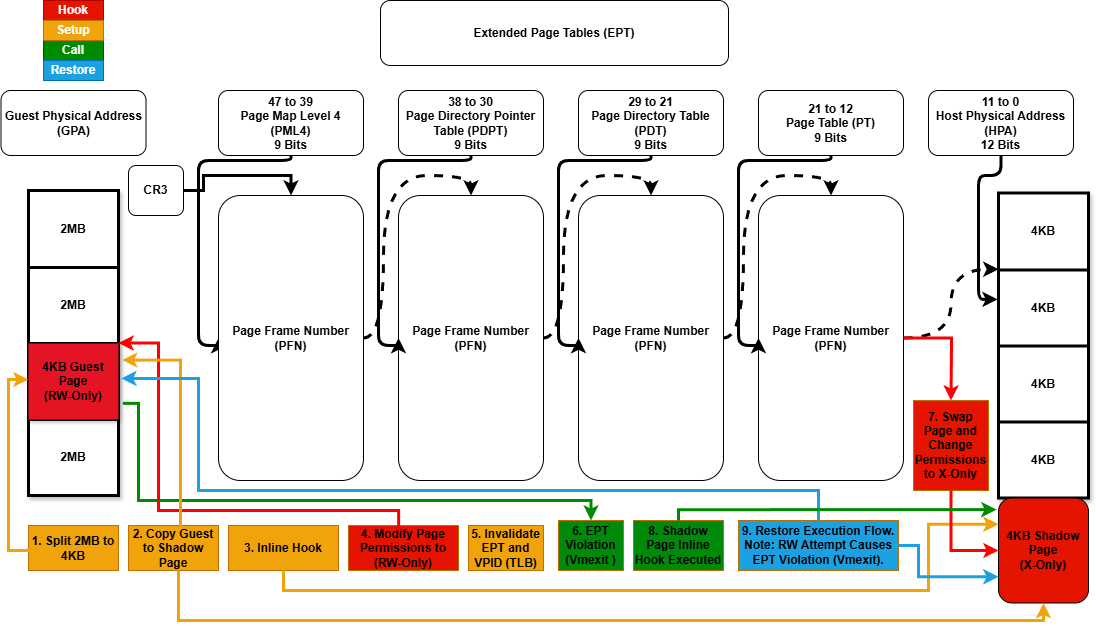
Before: images/illusion.drawio.png, a diagram exported from draw.io (memN0ps/illusion-rs). Source tidied: cells renumbered, new cells last; positions are measured from the earlier drawing's top-left corner, leaving out a move shared by most shapes.
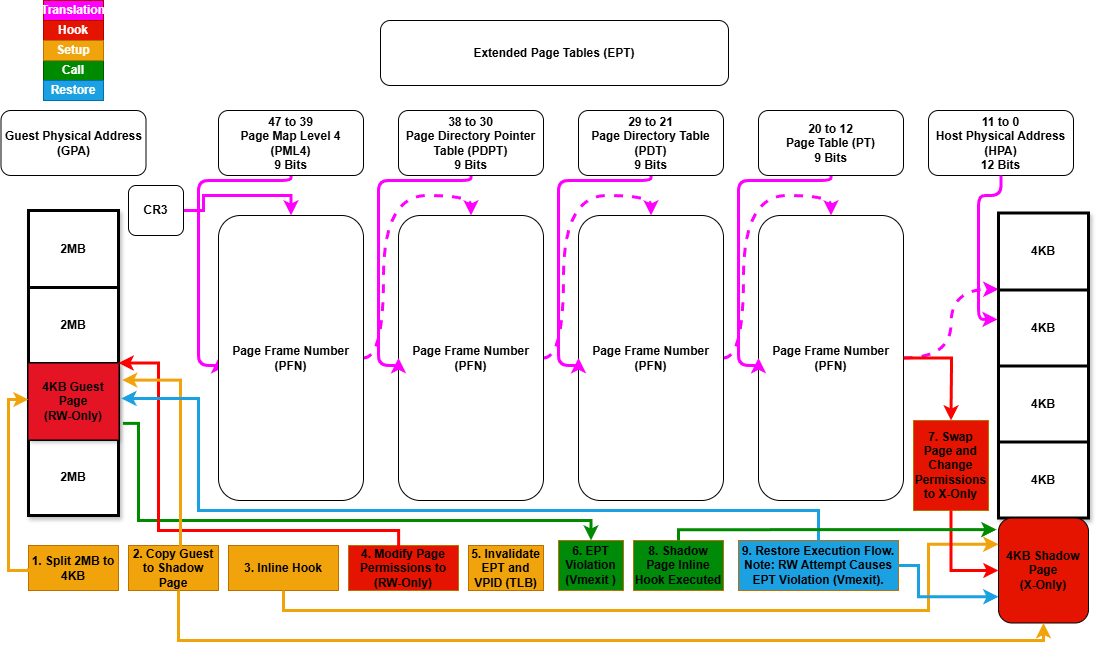
After the commit.

Commit message:
Updated diagram arrows for visibility

What changed in the source:
```diff
@@ -20,13 +20,13 @@
     <mxCell id="6" value="&lt;font color=&quot;#ffffff&quot;&gt;&lt;b&gt;Setup&lt;/b&gt;&lt;/font&gt;" style="rounded=0;whiteSpace=wrap;html=1;fillColor=#f0a30a;fontColor=#000000;strokeColor=#BD7000;" parent="1" vertex="1">
       <mxGeometry x="43" y="20" width="60" height="20" as="geometry" />
     </mxCell>
-    <mxCell id="7" style="edgeStyle=orthogonalEdgeStyle;rounded=0;jettySize=auto;html=1;exitX=1;exitY=0.5;exitDx=0;exitDy=0;entryX=0.5;entryY=0;entryDx=0;entryDy=0;strokeWidth=3;dashed=1;curved=1;" parent="1" edge="1" source="8" target="14">
+    <mxCell id="7" style="edgeStyle=orthogonalEdgeStyle;rounded=0;jettySize=auto;html=1;exitX=1;exitY=0.5;exitDx=0;exitDy=0;entryX=0.5;entryY=0;entryDx=0;entryDy=0;strokeWidth=3;dashed=1;curved=1;strokeColor=#FF00FF;" parent="1" edge="1" source="8" target="14">
       <mxGeometry relative="1" as="geometry" />
     </mxCell>
     <mxCell id="8" value="&lt;b&gt;Page Frame Number (PFN)&lt;/b&gt;" style="rounded=1;whiteSpace=wrap;html=1;fontSize=12;glass=0;strokeWidth=1;shadow=0;" parent="1" vertex="1">
       <mxGeometry x="578" y="195" width="145" height="285" as="geometry" />
     </mxCell>
-    <mxCell id="9" style="edgeStyle=orthogonalEdgeStyle;rounded=1;jettySize=auto;html=1;exitX=0.5;exitY=1;exitDx=0;exitDy=0;entryX=0;entryY=0.5;entryDx=0;entryDy=0;curved=0;strokeWidth=3;" parent="1" edge="1" source="10" target="16">
+    <mxCell id="9" style="edgeStyle=orthogonalEdgeStyle;rounded=1;jettySize=auto;html=1;exitX=0.5;exitY=1;exitDx=0;exitDy=0;entryX=0;entryY=0.5;entryDx=0;entryDy=0;curved=0;strokeWidth=3;strokeColor=#FF00FF;" parent="1" edge="1" source="10" target="16">
       <mxGeometry relative="1" as="geometry">
         <Array as="points">
           <mxPoint x="291" y="160" />
@@ -38,25 +38,25 @@
     <mxCell id="10" value="&lt;div&gt;&lt;b&gt;47 to 39&lt;/b&gt;&lt;/div&gt;&lt;b&gt;Page Map Level 4 (PML4)&lt;/b&gt;&lt;div&gt;&lt;b style=&quot;text-align: left;&quot;&gt;9 Bits&lt;/b&gt;&lt;b&gt;&lt;br&gt;&lt;/b&gt;&lt;/div&gt;" style="rounded=1;whiteSpace=wrap;html=1;fontSize=12;glass=0;strokeWidth=1;shadow=0;" parent="1" vertex="1">
       <mxGeometry x="218" y="90" width="145" height="65" as="geometry" />
     </mxCell>
-    <mxCell id="11" style="edgeStyle=orthogonalEdgeStyle;rounded=0;jettySize=auto;html=1;exitX=1;exitY=0.5;exitDx=0;exitDy=0;entryX=0.5;entryY=0;entryDx=0;entryDy=0;strokeWidth=3;curved=1;dashed=1;" parent="1" edge="1" source="12" target="8">
+    <mxCell id="11" style="edgeStyle=orthogonalEdgeStyle;rounded=0;jettySize=auto;html=1;exitX=1;exitY=0.5;exitDx=0;exitDy=0;entryX=0.5;entryY=0;entryDx=0;entryDy=0;strokeWidth=3;curved=1;dashed=1;strokeColor=#FF00FF;" parent="1" edge="1" source="12" target="8">
       <mxGeometry relative="1" as="geometry" />
     </mxCell>
     <mxCell id="12" value="&lt;b&gt;Page Frame Number (PFN)&lt;/b&gt;" style="rounded=1;whiteSpace=wrap;html=1;fontSize=12;glass=0;strokeWidth=1;shadow=0;" parent="1" vertex="1">
       <mxGeometry x="398" y="195" width="145" height="285" as="geometry" />
     </mxCell>
-    <mxCell id="13" style="edgeStyle=orthogonalEdgeStyle;rounded=0;jettySize=auto;html=1;exitX=1;exitY=0.5;exitDx=0;exitDy=0;entryX=0;entryY=0.25;entryDx=0;entryDy=0;dashed=1;strokeWidth=3;curved=1;" parent="1" edge="1" source="14" target="26">
+    <mxCell id="13" style="edgeStyle=orthogonalEdgeStyle;rounded=0;jettySize=auto;html=1;exitX=1;exitY=0.5;exitDx=0;exitDy=0;entryX=0;entryY=0.25;entryDx=0;entryDy=0;dashed=1;strokeWidth=3;curved=1;strokeColor=#FF00FF;" parent="1" edge="1" source="14" target="26">
       <mxGeometry relative="1" as="geometry" />
     </mxCell>
     <mxCell id="14" value="&lt;b&gt;Page Frame Number (PFN)&lt;/b&gt;" style="rounded=1;whiteSpace=wrap;html=1;fontSize=12;glass=0;strokeWidth=1;shadow=0;" parent="1" vertex="1">
       <mxGeometry x="758" y="195" width="145" height="285" as="geometry" />
     </mxCell>
-    <mxCell id="15" style="edgeStyle=orthogonalEdgeStyle;rounded=0;jettySize=auto;html=1;exitX=1;exitY=0.5;exitDx=0;exitDy=0;entryX=0.5;entryY=0;entryDx=0;entryDy=0;curved=1;dashed=1;strokeWidth=3;" parent="1" edge="1" source="16" target="12">
+    <mxCell id="15" style="edgeStyle=orthogonalEdgeStyle;rounded=0;jettySize=auto;html=1;exitX=1;exitY=0.5;exitDx=0;exitDy=0;entryX=0.5;entryY=0;entryDx=0;entryDy=0;curved=1;dashed=1;strokeWidth=3;strokeColor=#FF00FF;" parent="1" edge="1" source="16" target="12">
       <mxGeometry relative="1" as="geometry" />
     </mxCell>
     <mxCell id="16" value="&lt;b&gt;Page Frame Number (PFN)&lt;/b&gt;" style="rounded=1;whiteSpace=wrap;html=1;fontSize=12;glass=0;strokeWidth=1;shadow=0;labelBackgroundColor=default;fontColor=#000000;" parent="1" vertex="1">
       <mxGeometry x="218" y="195" width="145" height="285" as="geometry" />
     </mxCell>
-    <mxCell id="17" style="edgeStyle=orthogonalEdgeStyle;rounded=1;jettySize=auto;html=1;exitX=0.5;exitY=1;exitDx=0;exitDy=0;entryX=0;entryY=0.5;entryDx=0;entryDy=0;curved=0;strokeWidth=3;" parent="1" edge="1" source="18" target="12">
+    <mxCell id="17" style="edgeStyle=orthogonalEdgeStyle;rounded=1;jettySize=auto;html=1;exitX=0.5;exitY=1;exitDx=0;exitDy=0;entryX=0;entryY=0.5;entryDx=0;entryDy=0;curved=0;strokeWidth=3;strokeColor=#FF00FF;" parent="1" edge="1" source="18" target="12">
       <mxGeometry relative="1" as="geometry">
         <Array as="points">
           <mxPoint x="471" y="160" />
@@ -68,7 +68,7 @@
     <mxCell id="18" value="&lt;div&gt;&lt;b&gt;38 to 30&lt;/b&gt;&lt;/div&gt;&lt;b&gt;Page Directory Pointer Table (PDPT)&lt;/b&gt;&lt;div&gt;&lt;b style=&quot;text-align: left;&quot;&gt;9 Bits&lt;/b&gt;&lt;b&gt;&lt;br&gt;&lt;/b&gt;&lt;/div&gt;" style="rounded=1;whiteSpace=wrap;html=1;fontSize=12;glass=0;strokeWidth=1;shadow=0;" parent="1" vertex="1">
       <mxGeometry x="398" y="90" width="145" height="65" as="geometry" />
     </mxCell>
-    <mxCell id="19" style="edgeStyle=orthogonalEdgeStyle;rounded=1;jettySize=auto;html=1;exitX=0.5;exitY=1;exitDx=0;exitDy=0;entryX=0;entryY=0.5;entryDx=0;entryDy=0;curved=0;strokeWidth=3;" parent="1" edge="1" source="20" target="8">
+    <mxCell id="19" style="edgeStyle=orthogonalEdgeStyle;rounded=1;jettySize=auto;html=1;exitX=0.5;exitY=1;exitDx=0;exitDy=0;entryX=0;entryY=0.5;entryDx=0;entryDy=0;curved=0;strokeWidth=3;strokeColor=#FF00FF;" parent="1" edge="1" source="20" target="8">
       <mxGeometry relative="1" as="geometry">
         <Array as="points">
           <mxPoint x="651" y="160" />
@@ -80,7 +80,7 @@
     <mxCell id="20" value="&lt;div&gt;&lt;b&gt;29 to 21&lt;/b&gt;&lt;/div&gt;&lt;b&gt;Page Directory Table (PDT)&lt;/b&gt;&lt;div&gt;&lt;b style=&quot;text-align: left;&quot;&gt;9 Bits&lt;/b&gt;&lt;b&gt;&lt;br&gt;&lt;/b&gt;&lt;/div&gt;" style="rounded=1;whiteSpace=wrap;html=1;fontSize=12;glass=0;strokeWidth=1;shadow=0;" parent="1" vertex="1">
       <mxGeometry x="578" y="90" width="145" height="65" as="geometry" />
     </mxCell>
-    <mxCell id="21" style="edgeStyle=orthogonalEdgeStyle;rounded=1;jettySize=auto;html=1;exitX=0.5;exitY=1;exitDx=0;exitDy=0;entryX=0;entryY=0.5;entryDx=0;entryDy=0;curved=0;strokeWidth=3;" parent="1" edge="1" source="22" target="14">
+    <mxCell id="21" style="edgeStyle=orthogonalEdgeStyle;rounded=1;jettySize=auto;html=1;exitX=0.5;exitY=1;exitDx=0;exitDy=0;entryX=0;entryY=0.5;entryDx=0;entryDy=0;curved=0;strokeWidth=3;strokeColor=#FF00FF;" parent="1" edge="1" source="22" target="14">
       <mxGeometry relative="1" as="geometry">
         <Array as="points">
           <mxPoint x="831" y="160" />
@@ -89,13 +89,13 @@
         </Array>
       </mxGeometry>
     </mxCell>
-    <mxCell id="22" value="&lt;div&gt;&lt;b&gt;21 to 12&lt;/b&gt;&lt;/div&gt;&lt;b&gt;Page Table (PT)&lt;/b&gt;&lt;div&gt;&lt;b style=&quot;text-align: left; background-color: initial;&quot;&gt;9 Bits&lt;/b&gt;&lt;/div&gt;" style="rounded=1;whiteSpace=wrap;html=1;fontSize=12;glass=0;strokeWidth=1;shadow=0;" parent="1" vertex="1">
+    <mxCell id="22" value="&lt;div&gt;&lt;b&gt;20 to 12&lt;/b&gt;&lt;/div&gt;&lt;b&gt;Page Table (PT)&lt;/b&gt;&lt;div&gt;&lt;b style=&quot;text-align: left; background-color: initial;&quot;&gt;9 Bits&lt;/b&gt;&lt;/div&gt;" style="rounded=1;whiteSpace=wrap;html=1;fontSize=12;glass=0;strokeWidth=1;shadow=0;" parent="1" vertex="1">
       <mxGeometry x="758" y="90" width="145" height="65" as="geometry" />
     </mxCell>
     <mxCell id="23" value="&lt;div&gt;&lt;b&gt;11 to 0&lt;/b&gt;&lt;/div&gt;&lt;b&gt;Host Physical Address (HPA)&lt;/b&gt;&lt;div style=&quot;&quot;&gt;&lt;b&gt;12 Bits&lt;/b&gt;&lt;/div&gt;" style="rounded=1;whiteSpace=wrap;html=1;fontSize=12;glass=0;strokeWidth=1;shadow=0;" parent="1" vertex="1">
       <mxGeometry x="928" y="90" width="145" height="65" as="geometry" />
     </mxCell>
-    <mxCell id="24" style="edgeStyle=orthogonalEdgeStyle;rounded=0;jettySize=auto;html=1;entryX=0.5;entryY=0;entryDx=0;entryDy=0;curved=0;strokeWidth=3;" parent="1" edge="1" source="25" target="16">
+    <mxCell id="24" style="edgeStyle=orthogonalEdgeStyle;rounded=0;jettySize=auto;html=1;entryX=0.5;entryY=0;entryDx=0;entryDy=0;curved=0;strokeWidth=3;strokeColor=#FF00FF;" parent="1" edge="1" source="25" target="16">
       <mxGeometry relative="1" as="geometry" />
     </mxCell>
     <mxCell id="25" value="&lt;div&gt;&lt;b&gt;CR3&lt;/b&gt;&lt;/div&gt;" style="rounded=1;whiteSpace=wrap;html=1;fontSize=12;glass=0;strokeWidth=1;shadow=0;" parent="1" vertex="1">
@@ -155,7 +155,7 @@
     <mxCell id="43" value="&lt;b&gt;2MB&lt;/b&gt;" style="shape=partialRectangle;html=1;whiteSpace=wrap;strokeColor=inherit;overflow=hidden;fillColor=none;top=0;left=0;bottom=0;right=0;shadow=1;strokeWidth=3;" parent="42" vertex="1">
       <mxGeometry width="90" height="76" as="geometry" />
     </mxCell>
-    <mxCell id="44" style="edgeStyle=orthogonalEdgeStyle;rounded=1;jettySize=auto;html=1;exitX=0.5;exitY=1;exitDx=0;exitDy=0;entryX=-0.009;entryY=0.349;entryDx=0;entryDy=0;entryPerimeter=0;strokeWidth=3;curved=0;" parent="1" edge="1" source="23" target="26">
+    <mxCell id="44" style="edgeStyle=orthogonalEdgeStyle;rounded=1;jettySize=auto;html=1;exitX=0.5;exitY=1;exitDx=0;exitDy=0;entryX=-0.009;entryY=0.349;entryDx=0;entryDy=0;entryPerimeter=0;strokeWidth=3;curved=0;strokeColor=#FF00FF;" parent="1" edge="1" source="23" target="26">
       <mxGeometry relative="1" as="geometry" />
     </mxCell>
     <mxCell id="45" value="&lt;div&gt;&lt;b&gt;Guest Physical Address (GPA)&lt;/b&gt;&lt;/div&gt;" style="rounded=1;whiteSpace=wrap;html=1;fontSize=12;glass=0;strokeWidth=1;shadow=0;" parent="1" vertex="1">
@@ -286,5 +286,8 @@
         </Array>
       </mxGeometry>
     </mxCell>
+    <mxCell id="68" value="&lt;b&gt;Translation&lt;/b&gt;" style="rounded=0;whiteSpace=wrap;html=1;fillColor=#FF00FF;fontColor=#ffffff;strokeColor=#B20000;gradientColor=none;" parent="1" vertex="1">
+      <mxGeometry x="43" y="-20" width="60" height="20" as="geometry" />
+    </mxCell>
   </root>
 </mxGraphModel>
```
